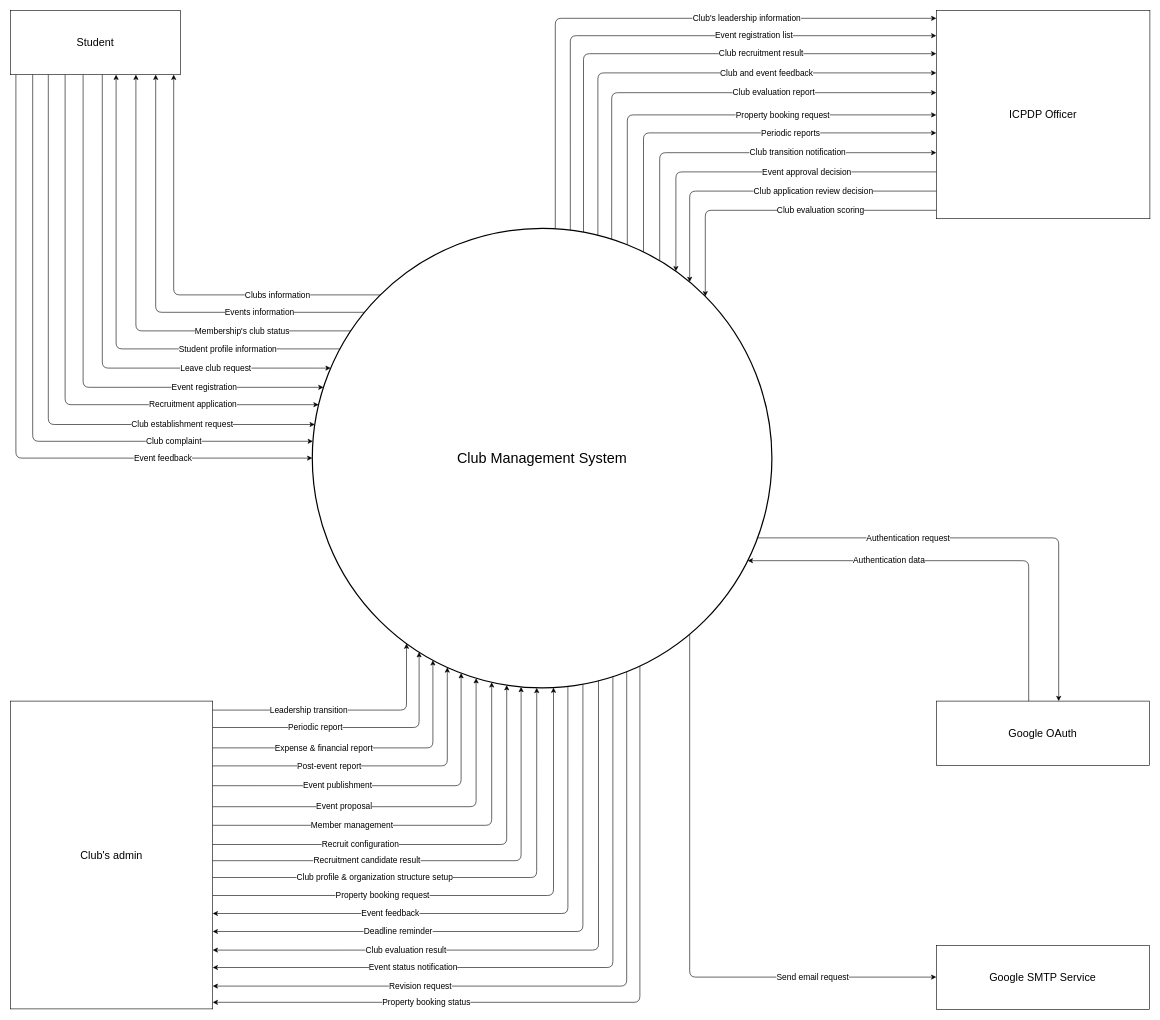
Before: docs/diagrams/UCMS_Context_Diagram.drawio in nvdekay/ClubManagementSystem, a draw.io diagram. Source tidied: cells renumbered, new cells numbered last; positions are measured from the earlier drawing's top-left corner, leaving out a move shared by most shapes. Both pictures are drawn from the tidied source at 60%, with x=0, y=0 at pixel (10, 10).
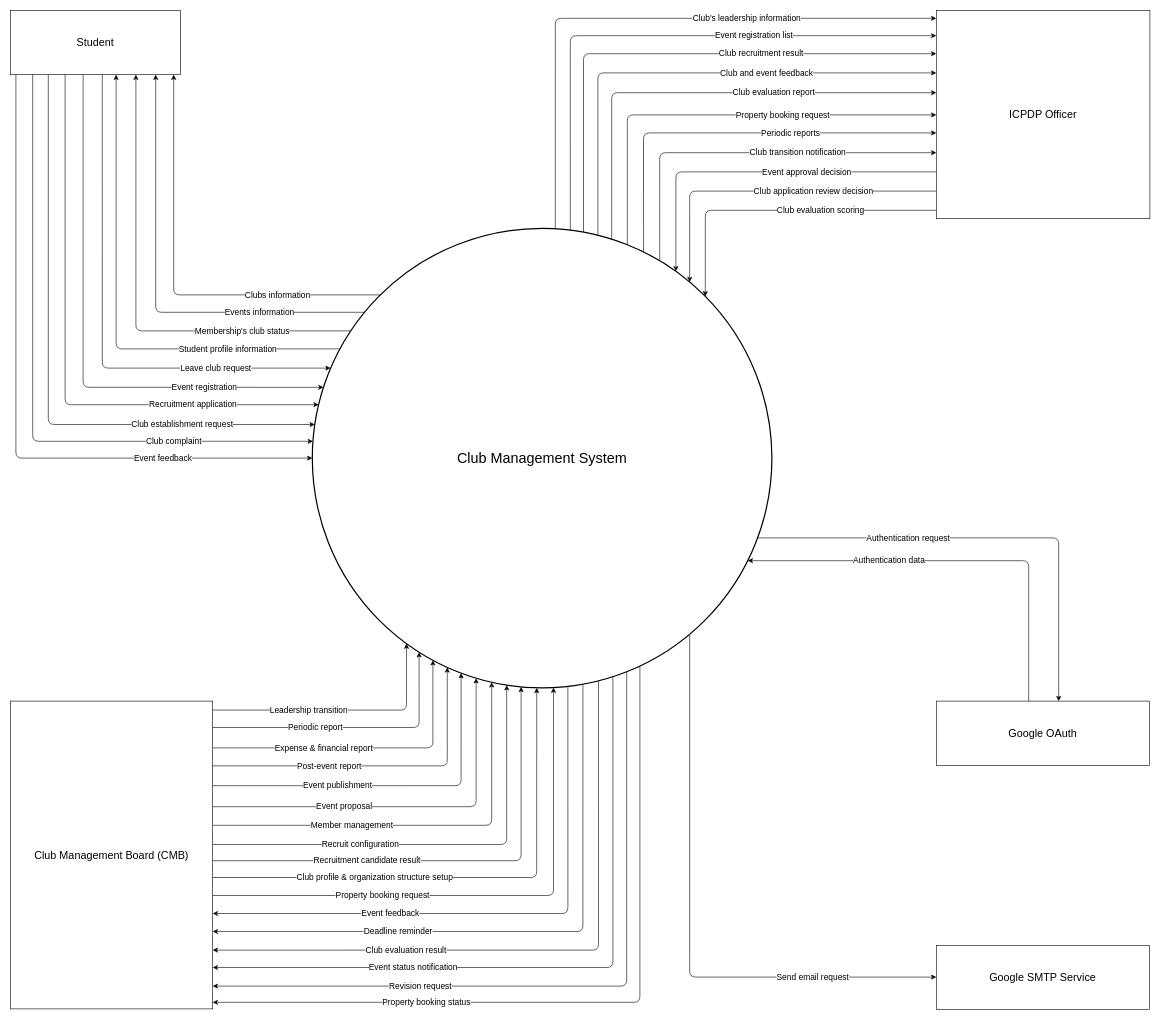
After the change.

The edit, as a diff of the source:
```diff
@@
-    <mxCell id="7" value="Club's admin" style="rounded=0;whiteSpace=wrap;html=1;fontSize=18;" parent="1" vertex="1">
+    <mxCell id="7" value="Club Management Board (CMB)" style="rounded=0;whiteSpace=wrap;html=1;fontSize=18;" parent="1" vertex="1">
       <mxGeometry y="1151" width="337" height="513" as="geometry" />
     </mxCell>
```
